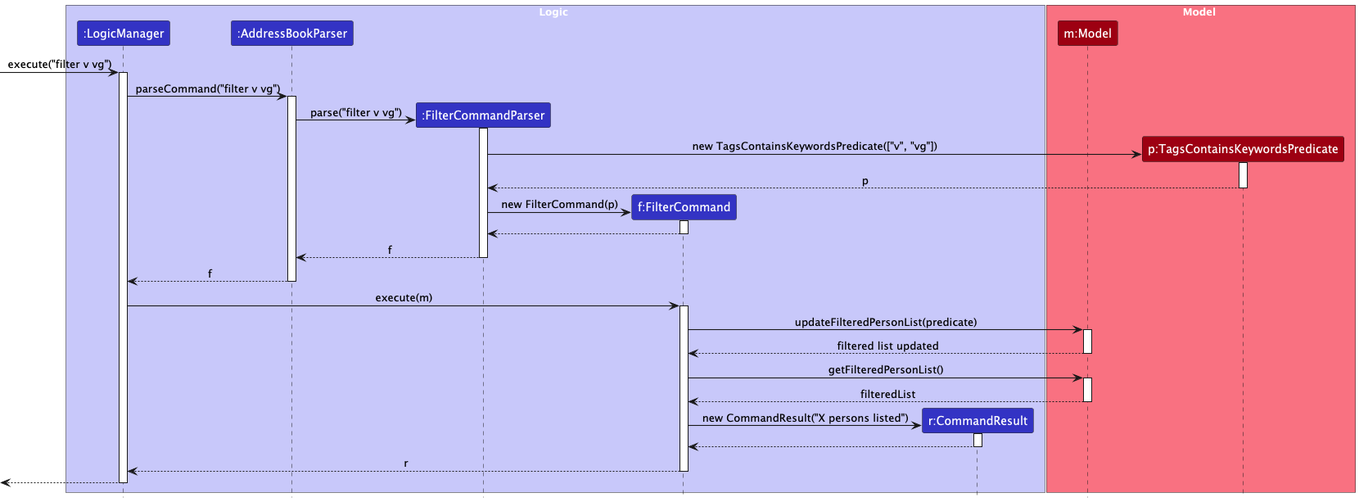
Before: docs/images/FilterSequenceDiagram.png, a diagram exported from PlantUML (nus-cs2103-AY2425S1/tp). The source it was exported from:
```plantuml
@startuml
!include style.puml
skinparam ArrowFontStyle plain
skinparam arrowThickness 1.1

box Logic LOGIC_COLOR_T1
participant ":LogicManager" as LogicManager LOGIC_COLOR
participant ":AddressBookParser" as AddressBookParser LOGIC_COLOR
participant ":FilterCommandParser" as FilterCommandParser LOGIC_COLOR
participant "f:FilterCommand" as FilterCommand LOGIC_COLOR
participant "r:CommandResult" as CommandResult LOGIC_COLOR
end box

box Model MODEL_COLOR_T1
participant "m:Model" as Model MODEL_COLOR
participant "p:TagsContainsKeywordsPredicate" as TagsContainsKeywordsPredicate MODEL_COLOR
end box

[-> LogicManager : execute("filter v vg")
activate LogicManager

LogicManager -> AddressBookParser : parseCommand("filter v vg")
activate AddressBookParser

create FilterCommandParser
AddressBookParser -> FilterCommandParser : parse("filter v vg")
activate FilterCommandParser


create TagsContainsKeywordsPredicate
FilterCommandParser -> TagsContainsKeywordsPredicate : new TagsContainsKeywordsPredicate(["v", "vg"])
activate TagsContainsKeywordsPredicate

TagsContainsKeywordsPredicate --> FilterCommandParser : p
deactivate TagsContainsKeywordsPredicate

create FilterCommand
FilterCommandParser -> FilterCommand : new FilterCommand(p)
activate FilterCommand

FilterCommand --> FilterCommandParser
deactivate FilterCommand

FilterCommandParser --> AddressBookParser : f
deactivate FilterCommandParser

AddressBookParser --> LogicManager : f
deactivate AddressBookParser

LogicManager -> FilterCommand : execute(m)
activate FilterCommand

FilterCommand -> Model : updateFilteredPersonList(predicate)
activate Model
Model --> FilterCommand : filtered list updated
deactivate Model

FilterCommand -> Model : getFilteredPersonList()
activate Model
Model --> FilterCommand : filteredList
deactivate Model

create CommandResult
FilterCommand -> CommandResult : new CommandResult("X persons listed")
activate CommandResult

CommandResult --> FilterCommand
deactivate CommandResult

FilterCommand --> LogicManager : r
deactivate FilterCommand

[<-- LogicManager
deactivate LogicManager
@enduml
```
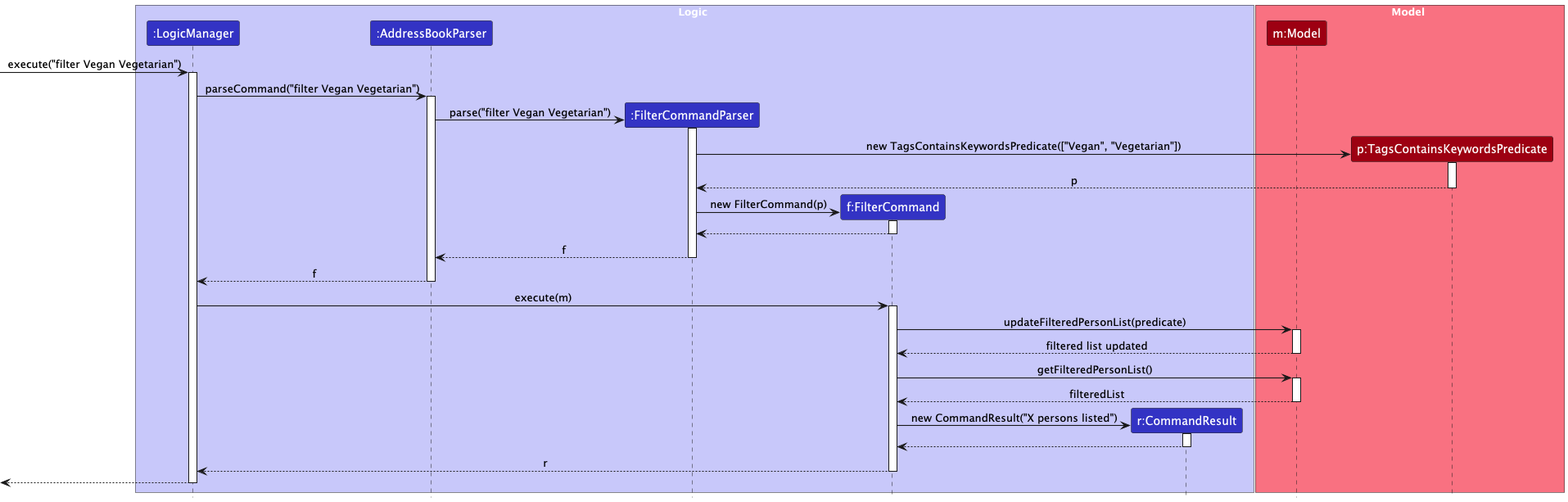
The same file after the commit.

The edit, as a diff of the source:
```diff
@@ -16,19 +16,19 @@
 participant "p:TagsContainsKeywordsPredicate" as TagsContainsKeywordsPredicate MODEL_COLOR
 end box
 
-[-> LogicManager : execute("filter v vg")
+[-> LogicManager : execute("filter Vegan Vegetarian")
 activate LogicManager
 
-LogicManager -> AddressBookParser : parseCommand("filter v vg")
+LogicManager -> AddressBookParser : parseCommand("filter Vegan Vegetarian")
 activate AddressBookParser
 
 create FilterCommandParser
-AddressBookParser -> FilterCommandParser : parse("filter v vg")
+AddressBookParser -> FilterCommandParser : parse("filter Vegan Vegetarian")
 activate FilterCommandParser
 
 
 create TagsContainsKeywordsPredicate
-FilterCommandParser -> TagsContainsKeywordsPredicate : new TagsContainsKeywordsPredicate(["v", "vg"])
+FilterCommandParser -> TagsContainsKeywordsPredicate : new TagsContainsKeywordsPredicate(["Vegan", "Vegetarian"])
 activate TagsContainsKeywordsPredicate
 
 TagsContainsKeywordsPredicate --> FilterCommandParser : p
```
